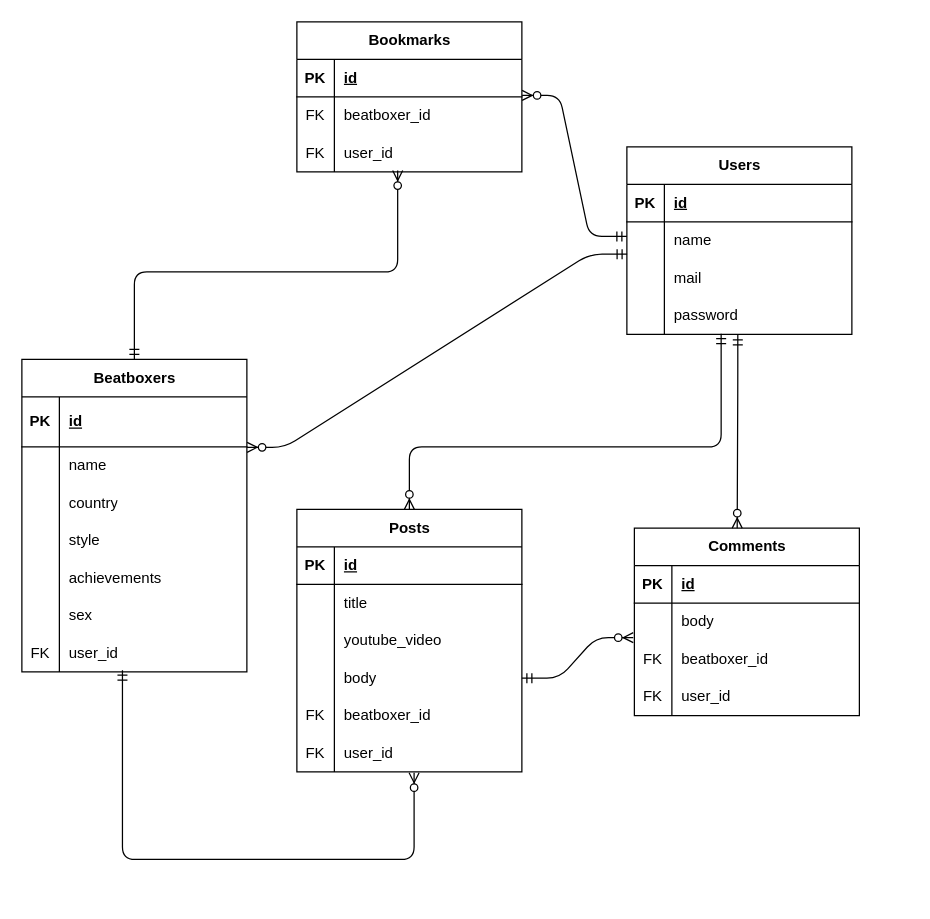
Above: database_model_er.dio in yusuke061467/beatboxer-collection (draw.io), before the change. Source tidied: cells renumbered, new cells numbered last; positions are measured from the earlier drawing's top-left corner, leaving out a move shared by most shapes. Both pictures are drawn from the tidied source at 125%, with x=0, y=0 at pixel (21, 21).
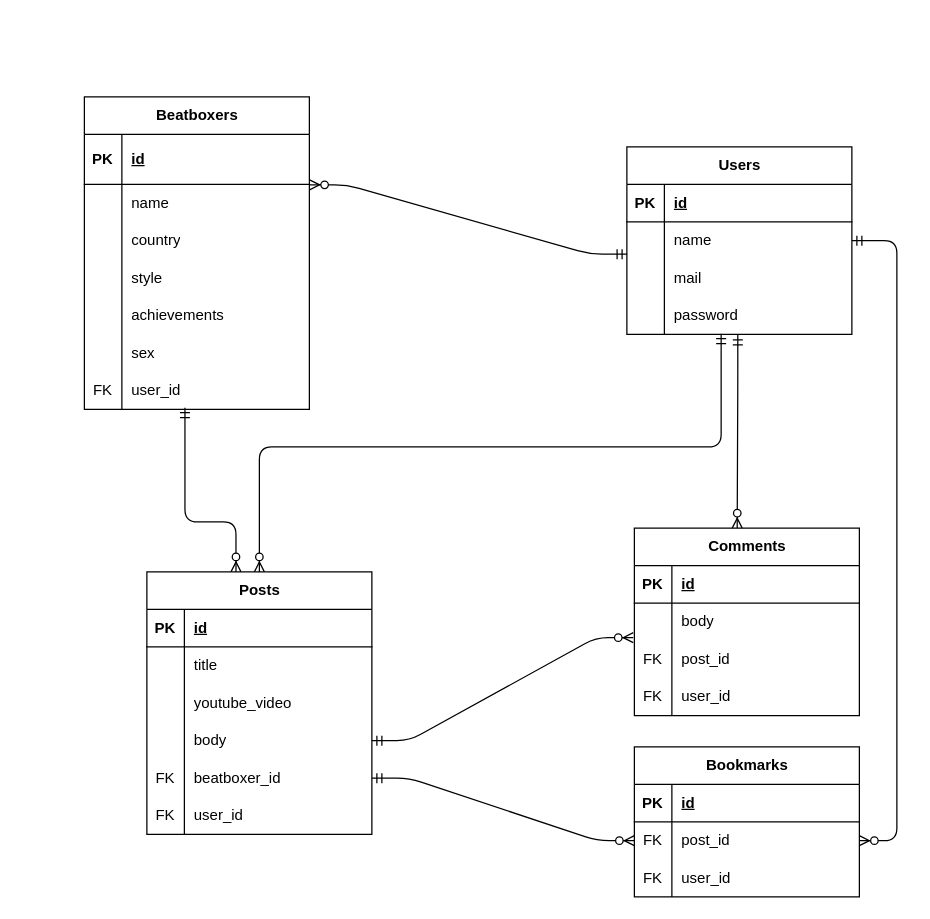
The same page after the edit.

The change refers to these unchanged cells:
```xml
<mxCell id="6" style="shape=tableRow;horizontal=0;startSize=0;swimlaneHead=0;swimlaneBody=0;fillColor=none;points=[[0,0.5],[1,0.5]];portConstraint=eastwest;top=0;left=0;right=0;bottom=0;" parent="2" vertex="1">
  <mxGeometry y="60" width="180" height="30" as="geometry" />
</mxCell>
<mxCell id="22" style="shape=tableRow;horizontal=0;startSize=0;swimlaneHead=0;swimlaneBody=0;fillColor=none;top=0;left=0;right=0;bottom=0;" parent="15" vertex="1">
  <mxGeometry y="90" width="180" height="30" as="geometry" />
</mxCell>
<mxCell id="32" style="shape=tableRow;horizontal=0;startSize=0;swimlaneHead=0;swimlaneBody=0;fillColor=none;points=[[0,0.5],[1,0.5]];portConstraint=eastwest;top=0;left=0;right=0;bottom=0;" parent="28" vertex="1">
  <mxGeometry y="60" width="180" height="30" as="geometry" />
</mxCell>
<mxCell id="35" style="shape=tableRow;horizontal=0;startSize=0;swimlaneHead=0;swimlaneBody=0;fillColor=none;points=[[0,0.5],[1,0.5]];portConstraint=eastwest;top=0;left=0;right=0;bottom=0;" parent="28" vertex="1">
  <mxGeometry y="90" width="180" height="30" as="geometry" />
</mxCell>
<mxCell id="57" style="shape=tableRow;horizontal=0;startSize=0;swimlaneHead=0;swimlaneBody=0;fillColor=none;points=[[0,0.5],[1,0.5]];portConstraint=eastwest;top=0;left=0;right=0;bottom=0;" parent="44" vertex="1">
  <mxGeometry y="150" width="180" height="30" as="geometry" />
</mxCell>
<mxCell id="60" style="shape=tableRow;horizontal=0;startSize=0;swimlaneHead=0;swimlaneBody=0;fillColor=none;points=[[0,0.5],[1,0.5]];portConstraint=eastwest;top=0;left=0;right=0;bottom=0;" parent="44" vertex="1">
  <mxGeometry y="180" width="180" height="30" as="geometry" />
</mxCell>
<mxCell id="65" value="Beatboxers" style="shape=table;startSize=30;childLayout=tableLayout;rowLines=0;fontStyle=1;align=center;html=1;" parent="64" vertex="1">
  <mxGeometry width="180" height="250" as="geometry" />
</mxCell>
<mxCell id="84" style="shape=tableRow;horizontal=0;startSize=0;swimlaneHead=0;swimlaneBody=0;fillColor=none;points=[[0,0.5],[1,0.5]];portConstraint=eastwest;top=0;left=0;right=0;bottom=0;" parent="65" vertex="1">
  <mxGeometry y="220" width="180" height="30" as="geometry" />
</mxCell>
```

Diff of the diagram source:
```diff
@@
-    <mxCell id="24" value="beatboxer_id" style="shape=partialRectangle;fillColor=none;top=0;left=0;bottom=0;right=0;align=left;spacingLeft=6;overflow=hidden;whiteSpace=wrap;html=1;" parent="22" vertex="1">
+    <mxCell id="24" value="post_id" style="shape=partialRectangle;fillColor=none;top=0;left=0;bottom=0;right=0;align=left;spacingLeft=6;overflow=hidden;whiteSpace=wrap;html=1;" parent="22" vertex="1">
       <mxGeometry x="30" width="150" height="30" as="geometry" />
     </mxCell>
@@
     <mxCell id="28" value="Bookmarks" style="shape=table;startSize=30;childLayout=tableLayout;rowLines=0;fontStyle=1;align=center;html=1;" parent="1" vertex="1">
-      <mxGeometry x="220" width="180" height="120" as="geometry" />
+      <mxGeometry x="490" y="580" width="180" height="120" as="geometry" />
     </mxCell>
@@
-    <mxCell id="34" value="beatboxer_id" style="shape=partialRectangle;fillColor=none;top=0;left=0;bottom=0;right=0;align=left;spacingLeft=6;overflow=hidden;whiteSpace=wrap;html=1;" parent="32" vertex="1">
+    <mxCell id="34" value="post_id" style="shape=partialRectangle;fillColor=none;top=0;left=0;bottom=0;right=0;align=left;spacingLeft=6;overflow=hidden;whiteSpace=wrap;html=1;" parent="32" vertex="1">
       <mxGeometry x="30" width="150" height="30" as="geometry" />
     </mxCell>
@@
-    <mxCell id="38" style="edgeStyle=elbowEdgeStyle;fontSize=12;html=1;endArrow=ERzeroToMany;startArrow=ERmandOne;elbow=vertical;entryX=0.448;entryY=0.965;entryDx=0;entryDy=0;entryPerimeter=0;" parent="1" edge="1" source="65" target="35">
-      <mxGeometry relative="1" as="geometry">
-        <Array as="points">
-          <mxPoint x="190" y="200" />
-          <mxPoint x="318" y="270" />
-        </Array>
-      </mxGeometry>
-    </mxCell>
-    <mxCell id="39" style="edgeStyle=entityRelationEdgeStyle;fontSize=12;html=1;endArrow=ERzeroToMany;startArrow=ERmandOne;entryX=1.001;entryY=-0.04;entryDx=0;entryDy=0;entryPerimeter=0;exitX=0;exitY=0.389;exitDx=0;exitDy=0;exitPerimeter=0;" parent="1" edge="1" source="6" target="32">
+    <mxCell id="39" style="edgeStyle=entityRelationEdgeStyle;fontSize=12;html=1;endArrow=ERzeroToMany;startArrow=ERmandOne;exitX=1;exitY=0.5;exitDx=0;exitDy=0;" parent="1" edge="1" source="6" target="32">
       <mxGeometry relative="1" as="geometry" />
     </mxCell>
@@
-    <mxCell id="42" style="edgeStyle=elbowEdgeStyle;fontSize=12;html=1;endArrow=ERzeroToMany;startArrow=ERmandOne;elbow=vertical;entryX=0.521;entryY=1.022;entryDx=0;entryDy=0;entryPerimeter=0;exitX=0.447;exitY=0.955;exitDx=0;exitDy=0;exitPerimeter=0;" parent="1" edge="1" source="84" target="60">
+    <mxCell id="42" style="edgeStyle=elbowEdgeStyle;fontSize=12;html=1;endArrow=ERzeroToMany;startArrow=ERmandOne;elbow=vertical;exitX=0.447;exitY=0.955;exitDx=0;exitDy=0;exitPerimeter=0;entryX=0.396;entryY=0;entryDx=0;entryDy=0;entryPerimeter=0;" parent="1" edge="1" source="84" target="44">
       <mxGeometry relative="1" as="geometry">
         <Array as="points">
-          <mxPoint x="280" y="670" />
-          <mxPoint x="570" y="670" />
+          <mxPoint x="150" y="400" />
           <mxPoint x="868" y="517" />
         </Array>
       </mxGeometry>
     </mxCell>
@@
     <mxCell id="44" value="Posts" style="shape=table;startSize=30;childLayout=tableLayout;rowLines=0;fontStyle=1;align=center;html=1;" parent="1" vertex="1">
-      <mxGeometry x="220" y="390" width="180" height="210" as="geometry" />
+      <mxGeometry x="100" y="440" width="180" height="210" as="geometry" />
     </mxCell>
@@
     <mxCell id="64" style="group;" parent="1" vertex="1">
-      <mxGeometry y="270" width="180" height="250" as="geometry" />
+      <mxGeometry x="50" y="60" width="180" height="250" as="geometry" />
     </mxCell>
@@
+    <mxCell id="88" style="edgeStyle=entityRelationEdgeStyle;fontSize=12;html=1;endArrow=ERzeroToMany;startArrow=ERmandOne;entryX=0;entryY=0.5;entryDx=0;entryDy=0;exitX=1;exitY=0.5;exitDx=0;exitDy=0;" parent="1" edge="1" source="57" target="32">
+      <mxGeometry relative="1" as="geometry">
+        <Array as="points">
+          <mxPoint x="415" y="471" />
+          <mxPoint x="305" y="682" />
+          <mxPoint x="425" y="501" />
+        </Array>
+      </mxGeometry>
+    </mxCell>
```
